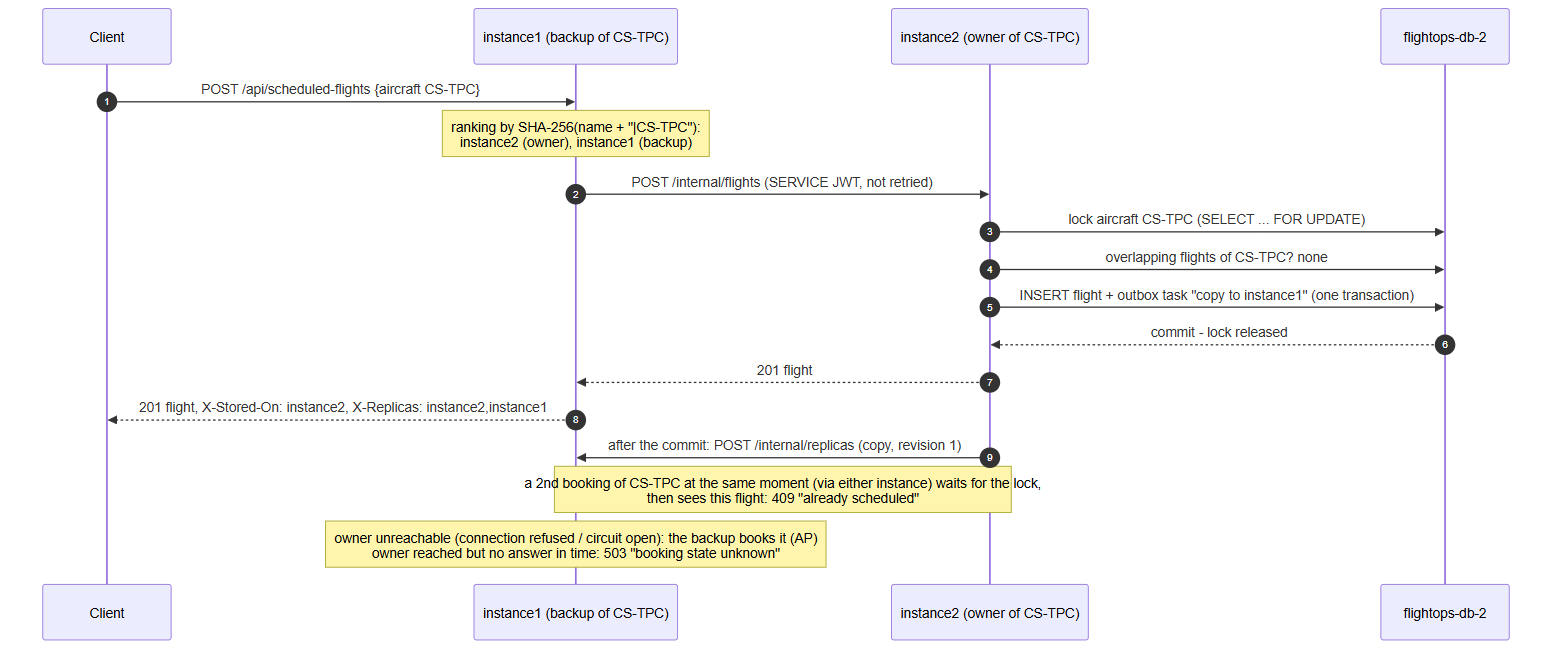
Above: docs/diagrams/5-booking-sharded.png in ImJay1527/flight-operations-service (Mermaid), before the change. Its source is kept beside it as docs/diagrams/5-booking-sharded.mmd.
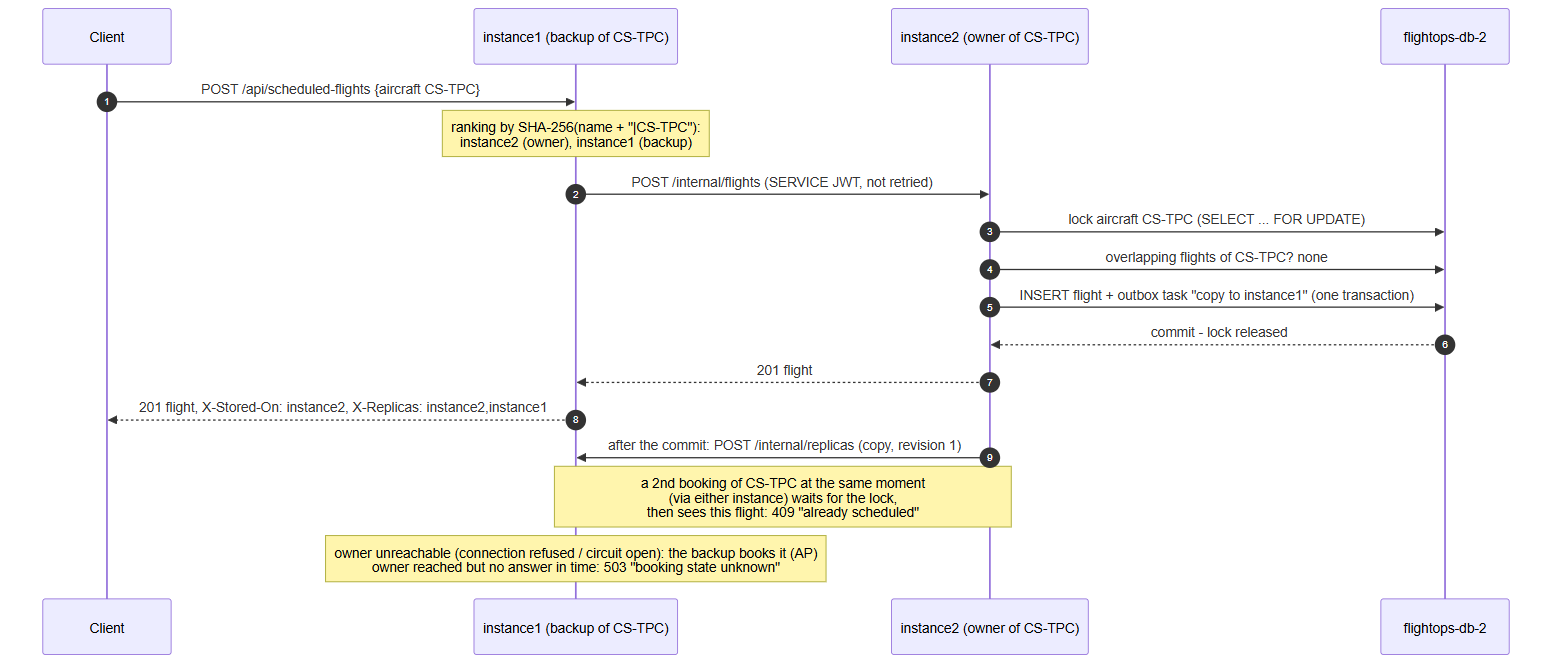
Later version of the same file.

Commit message:
Booking diagram: wrap the two-column note so its text fits its box

Change to the diagram source:
```diff
@@ -23,5 +23,5 @@
     I2-->>I1: 201 flight
     I1-->>C: 201 flight, X-Stored-On: instance2, X-Replicas: instance2,instance1
     I2->>I1: after the commit: POST /internal/replicas (copy, revision 1)
-    Note over I1,I2: a 2nd booking of CS-TPC at the same moment (via either instance) waits for the lock,<br/>then sees this flight: 409 "already scheduled"
+    Note over I1,I2: a 2nd booking of CS-TPC at the same moment<br/>(via either instance) waits for the lock,<br/>then sees this flight: 409 "already scheduled"
     Note over I1: owner unreachable (connection refused / circuit open): the backup books it (AP)<br/>owner reached but no answer in time: 503 "booking state unknown"
```
